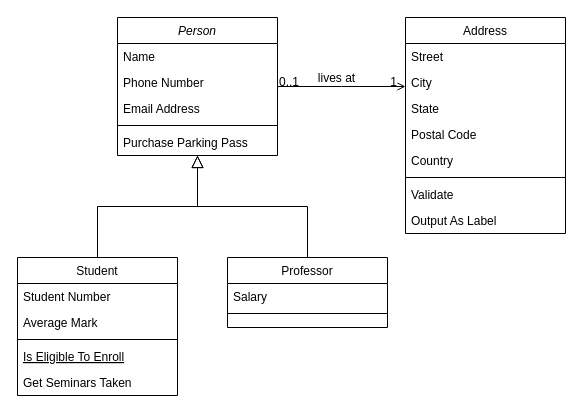
The draw.io diagram herencia-multiple/caso-real/caso-real.drawio in andmansim/Ejercicios-de-Herencias-de-POO, before the edit. Source tidied: cells renumbered, new cells numbered last; positions are measured from the earlier drawing's top-left corner, leaving out a move shared by most shapes. Both pictures are drawn from the tidied source at 100%, with x=0, y=0 at pixel (17, 17).
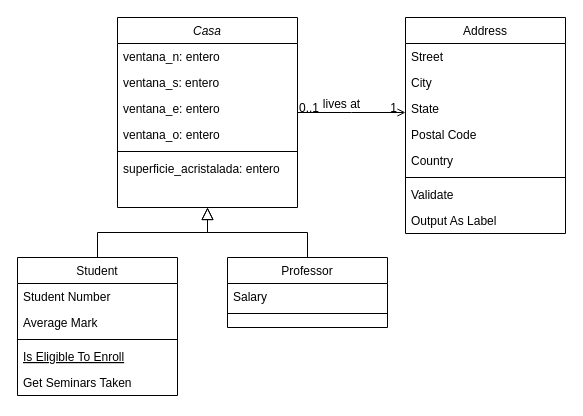
After the change.

Diff of the diagram source:
```diff
@@
-    <mxCell id="2" value="Person" style="swimlane;fontStyle=2;align=center;verticalAlign=top;horizontal=1;startSize=26;rounded=0;shadow=0;strokeWidth=1;" parent="1" vertex="1">
-      <mxGeometry x="100" width="160" height="138" as="geometry" />
+    <mxCell id="2" value="Casa" style="swimlane;fontStyle=2;align=center;verticalAlign=top;horizontal=1;startSize=26;rounded=0;shadow=0;strokeWidth=1;" parent="1" vertex="1">
+      <mxGeometry x="100" width="180" height="190" as="geometry" />
     </mxCell>
-    <mxCell id="3" value="Name" style="text;align=left;verticalAlign=top;spacingLeft=4;spacingRight=4;overflow=hidden;" parent="2" vertex="1">
-      <mxGeometry y="26" width="160" height="26" as="geometry" />
+    <mxCell id="3" value="ventana_n: entero" style="text;align=left;verticalAlign=top;spacingLeft=4;spacingRight=4;overflow=hidden;" parent="2" vertex="1">
+      <mxGeometry y="26" width="180" height="26" as="geometry" />
     </mxCell>
+    <mxCell id="32" value="ventana_s: entero" style="text;align=left;verticalAlign=top;spacingLeft=4;spacingRight=4;overflow=hidden;" parent="2" vertex="1">
+      <mxGeometry y="52" width="180" height="26" as="geometry" />
+    </mxCell>
-    <mxCell id="4" value="Phone Number" style="text;align=left;verticalAlign=top;spacingLeft=4;spacingRight=4;overflow=hidden;rounded=0;shadow=0;html=0;" parent="2" vertex="1">
-      <mxGeometry y="52" width="160" height="26" as="geometry" />
+    <mxCell id="4" value="ventana_e: entero" style="text;align=left;verticalAlign=top;spacingLeft=4;spacingRight=4;overflow=hidden;rounded=0;shadow=0;html=0;" parent="2" vertex="1">
+      <mxGeometry y="78" width="180" height="26" as="geometry" />
     </mxCell>
-    <mxCell id="5" value="Email Address" style="text;align=left;verticalAlign=top;spacingLeft=4;spacingRight=4;overflow=hidden;rounded=0;shadow=0;html=0;" parent="2" vertex="1">
-      <mxGeometry y="78" width="160" height="26" as="geometry" />
-    </mxCell>
+    <mxCell id="33" value="ventana_o: entero" style="text;align=left;verticalAlign=top;spacingLeft=4;spacingRight=4;overflow=hidden;rounded=0;shadow=0;html=0;" parent="2" vertex="1">
+      <mxGeometry y="104" width="180" height="26" as="geometry" />
+    </mxCell>
     <mxCell id="6" style="line;html=1;strokeWidth=1;align=left;verticalAlign=middle;spacingTop=-1;spacingLeft=3;spacingRight=3;labelPosition=right;" parent="2" vertex="1">
-      <mxGeometry y="104" width="160" height="8" as="geometry" />
+      <mxGeometry y="130" width="180" height="8" as="geometry" />
     </mxCell>
-    <mxCell id="7" value="Purchase Parking Pass" style="text;align=left;verticalAlign=top;spacingLeft=4;spacingRight=4;overflow=hidden;" parent="2" vertex="1">
-      <mxGeometry y="112" width="160" height="26" as="geometry" />
+    <mxCell id="7" value="superficie_acristalada: entero" style="text;align=left;verticalAlign=top;spacingLeft=4;spacingRight=4;overflow=hidden;" parent="2" vertex="1">
+      <mxGeometry y="138" width="180" height="26" as="geometry" />
     </mxCell>
```
